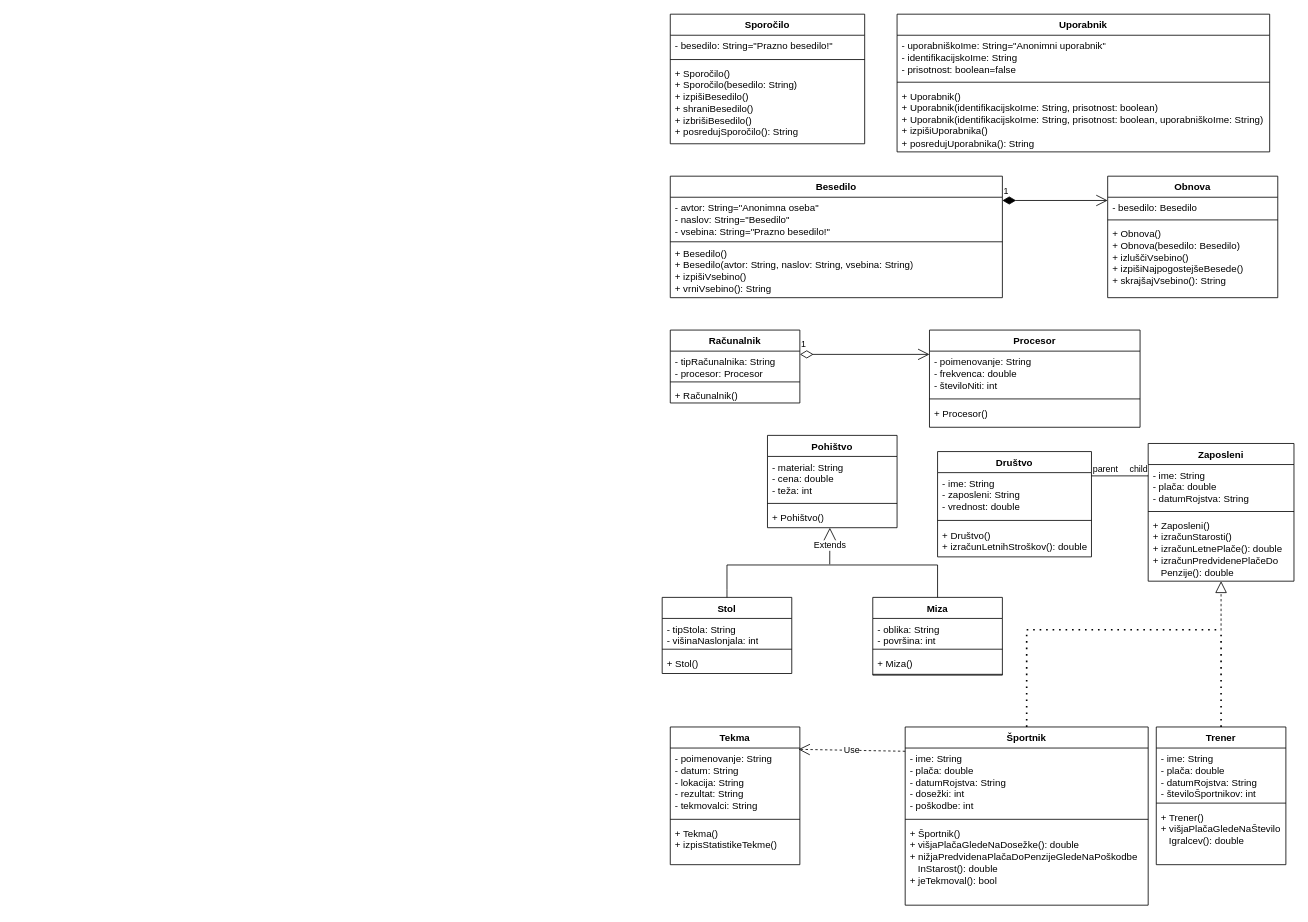
This is Untitled Diagram.drawio from AnzeStanonik/UML, a draw.io file, before an edit. Source tidied: cells renumbered, new cells numbered last; positions are measured from the earlier drawing's top-left corner, leaving out a move shared by most shapes. Both pictures are drawn from the tidied source at 81%, with x=0, y=0 at pixel (662, 14).
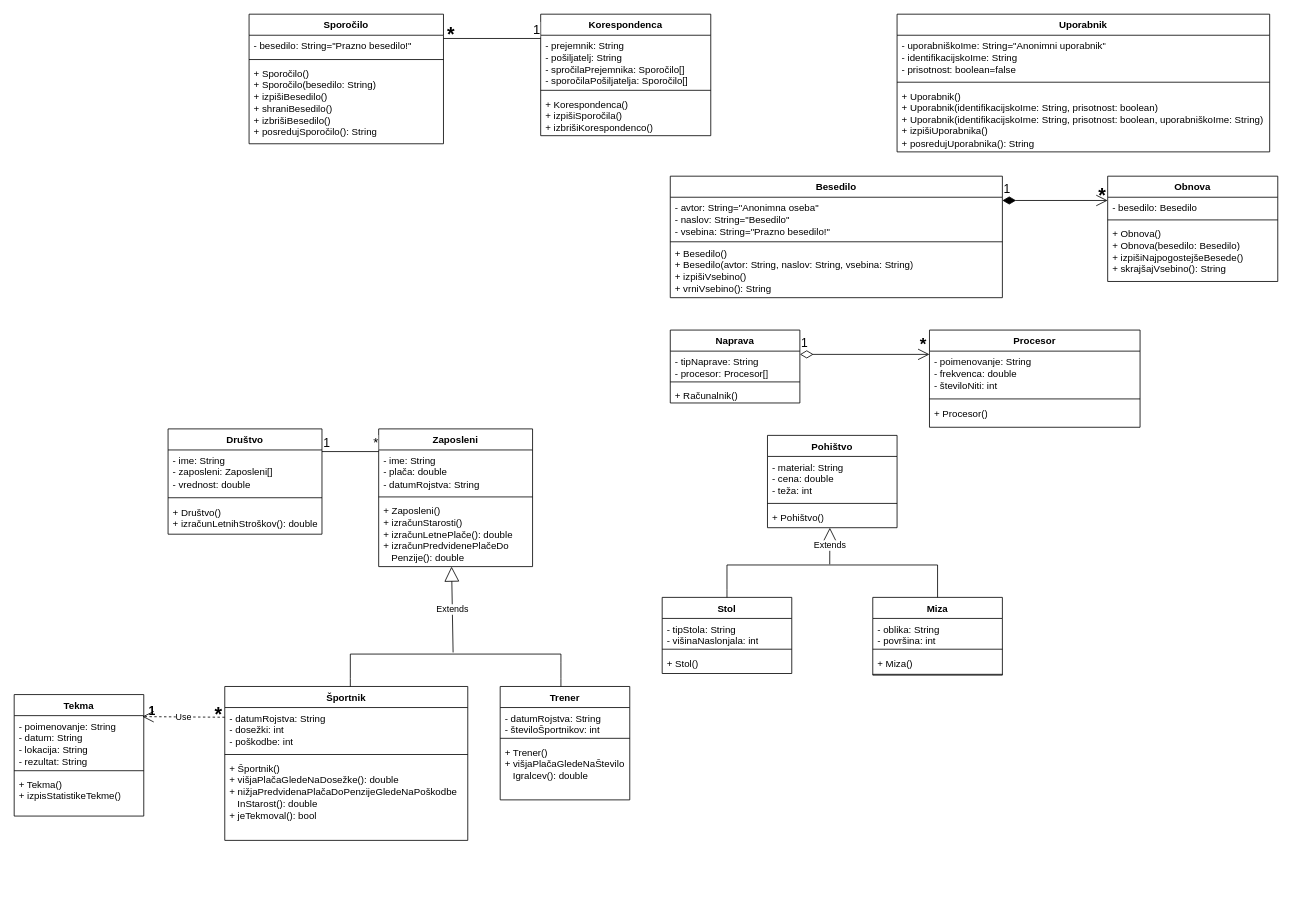
After the change.

What changed in the source:
```diff
@@
     <mxCell id="2" value="Sporočilo" style="swimlane;fontStyle=1;align=center;verticalAlign=top;horizontal=1;startSize=26;whiteSpace=wrap;html=1;" parent="1" vertex="1">
-      <mxGeometry x="10" width="240" height="160" as="geometry" />
+      <mxGeometry x="-510" width="240" height="160" as="geometry" />
     </mxCell>
@@
     <mxCell id="14" value="Obnova" style="swimlane;fontStyle=1;align=center;verticalAlign=top;horizontal=1;startSize=26;whiteSpace=wrap;html=1;" parent="1" vertex="1">
-      <mxGeometry x="550" y="200" width="210" height="150" as="geometry" />
+      <mxGeometry x="550" y="200" width="210" height="130" as="geometry" />
     </mxCell>
@@
-    <mxCell id="17" value="+ Obnova()&lt;br&gt;+ Obnova(besedilo: Besedilo)&lt;br&gt;+ izluščiVsebino()&lt;br&gt;+ izpišiNajpogostejšeBesede()&lt;br&gt;+ skrajšajVsebino(): String" style="text;strokeColor=none;fillColor=none;align=left;verticalAlign=top;spacingLeft=4;spacingRight=4;overflow=hidden;whiteSpace=wrap;html=1;" parent="14" vertex="1">
-      <mxGeometry y="58" width="210" height="92" as="geometry" />
+    <mxCell id="17" value="+ Obnova()&lt;br&gt;+ Obnova(besedilo: Besedilo)&lt;br&gt;+ izpišiNajpogostejšeBesede()&lt;br&gt;+ skrajšajVsebino(): String" style="text;strokeColor=none;fillColor=none;align=left;verticalAlign=top;spacingLeft=4;spacingRight=4;overflow=hidden;whiteSpace=wrap;html=1;" parent="14" vertex="1">
+      <mxGeometry y="58" width="210" height="72" as="geometry" />
     </mxCell>
-    <mxCell id="18" value="1" style="endArrow=open;html=1;endSize=12;startArrow=diamondThin;startSize=14;startFill=1;edgeStyle=orthogonalEdgeStyle;align=left;verticalAlign=bottom;rounded=0;" parent="1" edge="1">
+    <mxCell id="18" value="&lt;font style=&quot;font-size: 15px;&quot;&gt;1&lt;/font&gt;" style="endArrow=open;html=1;endSize=12;startArrow=diamondThin;startSize=14;startFill=1;edgeStyle=orthogonalEdgeStyle;align=left;verticalAlign=bottom;rounded=0;" parent="1" edge="1">
       <mxGeometry x="-1" y="3" relative="1" as="geometry">
         <mxPoint x="420" y="230" as="sourcePoint" />
         <mxPoint x="550" y="230" as="targetPoint" />
       </mxGeometry>
     </mxCell>
-    <mxCell id="19" value="Računalnik" style="swimlane;fontStyle=1;align=center;verticalAlign=top;horizontal=1;startSize=26;whiteSpace=wrap;html=1;" parent="1" vertex="1">
+    <mxCell id="19" value="Naprava" style="swimlane;fontStyle=1;align=center;verticalAlign=top;horizontal=1;startSize=26;whiteSpace=wrap;html=1;" parent="1" vertex="1">
       <mxGeometry x="10" y="390" width="160" height="90" as="geometry" />
     </mxCell>
-    <mxCell id="20" value="- tipRačunalnika: String&lt;br&gt;- procesor: Procesor" style="text;strokeColor=none;fillColor=none;align=left;verticalAlign=top;spacingLeft=4;spacingRight=4;overflow=hidden;whiteSpace=wrap;html=1;" parent="19" vertex="1">
+    <mxCell id="20" value="- tipNaprave: String&lt;br&gt;- procesor: Procesor[]" style="text;strokeColor=none;fillColor=none;align=left;verticalAlign=top;spacingLeft=4;spacingRight=4;overflow=hidden;whiteSpace=wrap;html=1;" parent="19" vertex="1">
       <mxGeometry y="26" width="160" height="34" as="geometry" />
     </mxCell>
@@
-    <mxCell id="27" value="1" style="endArrow=open;html=1;endSize=12;startArrow=diamondThin;startSize=14;startFill=0;edgeStyle=orthogonalEdgeStyle;align=left;verticalAlign=bottom;rounded=0;" parent="1" edge="1">
+    <mxCell id="27" value="&lt;font style=&quot;font-size: 15px;&quot;&gt;1&lt;/font&gt;" style="endArrow=open;html=1;endSize=12;startArrow=diamondThin;startSize=14;startFill=0;edgeStyle=orthogonalEdgeStyle;align=left;verticalAlign=bottom;rounded=0;" parent="1" edge="1">
       <mxGeometry x="-1" y="3" relative="1" as="geometry">
         <mxPoint x="170" y="420" as="sourcePoint" />
         <mxPoint x="330" y="420" as="targetPoint" />
       </mxGeometry>
     </mxCell>
@@
     <mxCell id="43" value="Tekma" style="swimlane;fontStyle=1;align=center;verticalAlign=top;horizontal=1;startSize=26;whiteSpace=wrap;html=1;" parent="1" vertex="1">
-      <mxGeometry x="10" y="880" width="160" height="170" as="geometry" />
+      <mxGeometry x="-800" y="840" width="160" height="150" as="geometry" />
     </mxCell>
-    <mxCell id="44" value="- poimenovanje: String&lt;br&gt;- datum: String&lt;br&gt;- lokacija: String&lt;br&gt;- rezultat: String&lt;br&gt;- tekmovalci: String" style="text;strokeColor=none;fillColor=none;align=left;verticalAlign=top;spacingLeft=4;spacingRight=4;overflow=hidden;points=[[0,0.5],[1,0.5]];portConstraint=eastwest;whiteSpace=wrap;html=1;" parent="43" vertex="1">
-      <mxGeometry y="26" width="160" height="84" as="geometry" />
+    <mxCell id="44" value="- poimenovanje: String&lt;br&gt;- datum: String&lt;br&gt;- lokacija: String&lt;br&gt;- rezultat: String" style="text;strokeColor=none;fillColor=none;align=left;verticalAlign=top;spacingLeft=4;spacingRight=4;overflow=hidden;points=[[0,0.5],[1,0.5]];portConstraint=eastwest;whiteSpace=wrap;html=1;" parent="43" vertex="1">
+      <mxGeometry y="26" width="160" height="64" as="geometry" />
     </mxCell>
     <mxCell id="45" style="line;strokeWidth=1;fillColor=none;align=left;verticalAlign=middle;spacingTop=-1;spacingLeft=3;spacingRight=3;labelPosition=right;strokeColor=inherit;" parent="43" vertex="1">
-      <mxGeometry y="110" width="160" height="8" as="geometry" />
+      <mxGeometry y="90" width="160" height="8" as="geometry" />
     </mxCell>
     <mxCell id="46" value="+ Tekma()&lt;br&gt;+ izpisStatistikeTekme()" style="text;strokeColor=none;fillColor=none;align=left;verticalAlign=top;spacingLeft=4;spacingRight=4;overflow=hidden;whiteSpace=wrap;html=1;" parent="43" vertex="1">
-      <mxGeometry y="118" width="160" height="52" as="geometry" />
+      <mxGeometry y="98" width="160" height="52" as="geometry" />
     </mxCell>
     <mxCell id="47" value="Trener" style="swimlane;fontStyle=1;align=center;verticalAlign=top;horizontal=1;startSize=26;whiteSpace=wrap;html=1;" parent="1" vertex="1">
-      <mxGeometry x="610" y="880" width="160" height="170" as="geometry" />
+      <mxGeometry x="-200" y="830" width="160" height="140" as="geometry" />
     </mxCell>
-    <mxCell id="48" value="- ime: String&lt;br style=&quot;border-color: var(--border-color);&quot;&gt;- plača: double&lt;br style=&quot;border-color: var(--border-color);&quot;&gt;- datumRojstva: String&lt;br&gt;- številoŠportnikov: int" style="text;strokeColor=none;fillColor=none;align=left;verticalAlign=top;spacingLeft=4;spacingRight=4;overflow=hidden;whiteSpace=wrap;html=1;" parent="47" vertex="1">
-      <mxGeometry y="26" width="160" height="64" as="geometry" />
+    <mxCell id="48" value="- datumRojstva: String&lt;br&gt;- številoŠportnikov: int" style="text;strokeColor=none;fillColor=none;align=left;verticalAlign=top;spacingLeft=4;spacingRight=4;overflow=hidden;whiteSpace=wrap;html=1;" parent="47" vertex="1">
+      <mxGeometry y="26" width="160" height="34" as="geometry" />
     </mxCell>
     <mxCell id="49" style="line;strokeWidth=1;fillColor=none;align=left;verticalAlign=middle;spacingTop=-1;spacingLeft=3;spacingRight=3;labelPosition=right;strokeColor=inherit;" parent="47" vertex="1">
-      <mxGeometry y="90" width="160" height="8" as="geometry" />
+      <mxGeometry y="60" width="160" height="8" as="geometry" />
     </mxCell>
     <mxCell id="50" value="+ Trener()&lt;br&gt;+ višjaPlačaGledeNaŠtevilo&lt;br&gt;&amp;nbsp; &amp;nbsp;Igralcev(): double" style="text;strokeColor=none;fillColor=none;align=left;verticalAlign=top;spacingLeft=4;spacingRight=4;overflow=hidden;whiteSpace=wrap;html=1;" parent="47" vertex="1">
-      <mxGeometry y="98" width="160" height="72" as="geometry" />
+      <mxGeometry y="68" width="160" height="72" as="geometry" />
     </mxCell>
     <mxCell id="51" value="Društvo" style="swimlane;fontStyle=1;align=center;verticalAlign=top;horizontal=1;startSize=26;whiteSpace=wrap;html=1;" parent="1" vertex="1">
-      <mxGeometry x="340" y="540" width="190" height="130" as="geometry" />
+      <mxGeometry x="-610" y="512" width="190" height="130" as="geometry" />
     </mxCell>
-    <mxCell id="52" value="- ime: String&lt;br&gt;- zaposleni: String&lt;br&gt;- vrednost: double" style="text;strokeColor=none;fillColor=none;align=left;verticalAlign=top;spacingLeft=4;spacingRight=4;overflow=hidden;whiteSpace=wrap;html=1;" parent="51" vertex="1">
+    <mxCell id="52" value="- ime: String&lt;br&gt;- zaposleni: Zaposleni[]&lt;br&gt;- vrednost: double" style="text;strokeColor=none;fillColor=none;align=left;verticalAlign=top;spacingLeft=4;spacingRight=4;overflow=hidden;whiteSpace=wrap;html=1;" parent="51" vertex="1">
       <mxGeometry y="26" width="190" height="54" as="geometry" />
     </mxCell>
@@
     <mxCell id="55" value="Športnik" style="swimlane;fontStyle=1;align=center;verticalAlign=top;horizontal=1;startSize=26;whiteSpace=wrap;html=1;" parent="1" vertex="1">
-      <mxGeometry x="300" y="880" width="300" height="220" as="geometry" />
+      <mxGeometry x="-540" y="830" width="300" height="190" as="geometry" />
     </mxCell>
-    <mxCell id="56" value="- ime: String&lt;br style=&quot;border-color: var(--border-color);&quot;&gt;- plača: double&lt;br style=&quot;border-color: var(--border-color);&quot;&gt;- datumRojstva: String&lt;br&gt;- dosežki: int&lt;br&gt;- poškodbe: int" style="text;strokeColor=none;fillColor=none;align=left;verticalAlign=top;spacingLeft=4;spacingRight=4;overflow=hidden;points=[[0,0.5],[1,0.5]];portConstraint=eastwest;whiteSpace=wrap;html=1;" parent="55" vertex="1">
-      <mxGeometry y="26" width="300" height="84" as="geometry" />
+    <mxCell id="56" value="- datumRojstva: String&lt;br&gt;- dosežki: int&lt;br&gt;- poškodbe: int" style="text;strokeColor=none;fillColor=none;align=left;verticalAlign=top;spacingLeft=4;spacingRight=4;overflow=hidden;points=[[0,0.5],[1,0.5]];portConstraint=eastwest;whiteSpace=wrap;html=1;" parent="55" vertex="1">
+      <mxGeometry y="26" width="300" height="54" as="geometry" />
     </mxCell>
     <mxCell id="57" style="line;strokeWidth=1;fillColor=none;align=left;verticalAlign=middle;spacingTop=-1;spacingLeft=3;spacingRight=3;labelPosition=right;strokeColor=inherit;" parent="55" vertex="1">
-      <mxGeometry y="110" width="300" height="8" as="geometry" />
+      <mxGeometry y="80" width="300" height="8" as="geometry" />
     </mxCell>
     <mxCell id="58" value="+ Športnik()&lt;br&gt;+ višjaPlačaGledeNaDosežke(): double&lt;br&gt;+ nižjaPredvidenaPlačaDoPenzijeGledeNaPoškodbe&lt;br&gt;&amp;nbsp; &amp;nbsp;InStarost(): double&lt;br&gt;+ jeTekmoval(): bool" style="text;strokeColor=none;fillColor=none;align=left;verticalAlign=top;spacingLeft=4;spacingRight=4;overflow=hidden;whiteSpace=wrap;html=1;" parent="55" vertex="1">
-      <mxGeometry y="118" width="300" height="102" as="geometry" />
+      <mxGeometry y="88" width="300" height="102" as="geometry" />
     </mxCell>
     <mxCell id="59" value="Zaposleni" style="swimlane;fontStyle=1;align=center;verticalAlign=top;horizontal=1;startSize=26;whiteSpace=wrap;html=1;" parent="1" vertex="1">
-      <mxGeometry x="600" y="530" width="180" height="170" as="geometry" />
+      <mxGeometry x="-350" y="512" width="190" height="170" as="geometry" />
     </mxCell>
     <mxCell id="60" value="- ime: String&lt;br&gt;- plača: double&lt;br&gt;- datumRojstva: String" style="text;strokeColor=none;fillColor=none;align=left;verticalAlign=top;spacingLeft=4;spacingRight=4;overflow=hidden;whiteSpace=wrap;html=1;" parent="59" vertex="1">
-      <mxGeometry y="26" width="180" height="54" as="geometry" />
+      <mxGeometry y="26" width="190" height="54" as="geometry" />
     </mxCell>
     <mxCell id="61" style="line;strokeWidth=1;fillColor=none;align=left;verticalAlign=middle;spacingTop=-1;spacingLeft=3;spacingRight=3;labelPosition=right;strokeColor=inherit;" parent="59" vertex="1">
-      <mxGeometry y="80" width="180" height="8" as="geometry" />
+      <mxGeometry y="80" width="190" height="8" as="geometry" />
     </mxCell>
     <mxCell id="62" value="+ Zaposleni()&lt;br&gt;+ izračunStarosti()&lt;br&gt;+ izračunLetnePlače(): double&lt;br&gt;+ izračunPredvidenePlačeDo&lt;br&gt;&amp;nbsp; &amp;nbsp;Penzije(): double" style="text;strokeColor=none;fillColor=none;align=left;verticalAlign=top;spacingLeft=4;spacingRight=4;overflow=hidden;points=[[0,0.5],[1,0.5]];portConstraint=eastwest;whiteSpace=wrap;html=1;" parent="59" vertex="1">
-      <mxGeometry y="88" width="180" height="82" as="geometry" />
+      <mxGeometry y="88" width="190" height="82" as="geometry" />
     </mxCell>
-    <mxCell id="63" style="endArrow=block;dashed=1;endFill=0;endSize=12;html=1;rounded=0;" parent="1" edge="1" target="62">
-      <mxGeometry relative="1" as="geometry">
-        <mxPoint x="690" y="761" as="sourcePoint" />
-      </mxGeometry>
-    </mxCell>
-    <mxCell id="64" style="endArrow=none;dashed=1;html=1;dashPattern=1 3;strokeWidth=2;rounded=0;exitX=0.5;exitY=0;exitDx=0;exitDy=0;" parent="1" edge="1" source="55">
-      <mxGeometry relative="1" as="geometry">
-        <mxPoint x="690" y="760" as="targetPoint" />
-        <Array as="points">
-          <mxPoint x="450" y="760" />
-        </Array>
-      </mxGeometry>
-    </mxCell>
-    <mxCell id="65" style="endArrow=none;dashed=1;html=1;dashPattern=1 3;strokeWidth=2;rounded=0;exitX=0.5;exitY=0;exitDx=0;exitDy=0;" parent="1" edge="1" source="47">
-      <mxGeometry relative="1" as="geometry">
-        <mxPoint x="690" y="760" as="targetPoint" />
-      </mxGeometry>
-    </mxCell>
@@
-    <mxCell id="68" value="Use" style="endArrow=open;endSize=12;dashed=1;html=1;rounded=0;entryX=0.989;entryY=0.019;entryDx=0;entryDy=0;entryPerimeter=0;" parent="1" edge="1" target="44">
-      <mxGeometry relative="1" as="geometry">
-        <mxPoint x="300" y="910" as="sourcePoint" />
-      </mxGeometry>
+    <mxCell id="68" value="Use" style="endArrow=open;endSize=12;dashed=1;html=1;rounded=0;entryX=0.989;entryY=0.019;entryDx=0;entryDy=0;entryPerimeter=0;exitX=0;exitY=0.222;exitDx=0;exitDy=0;exitPerimeter=0;" parent="1" edge="1" source="56" target="44">
+      <mxGeometry relative="1" as="geometry" />
     </mxCell>
     <mxCell id="69" style="endArrow=none;html=1;edgeStyle=orthogonalEdgeStyle;rounded=0;" parent="1" edge="1">
       <mxGeometry relative="1" as="geometry">
-        <mxPoint x="530" y="570" as="sourcePoint" />
-        <mxPoint x="600" y="570" as="targetPoint" />
+        <mxPoint x="-420" y="540" as="sourcePoint" />
+        <mxPoint x="-350" y="540" as="targetPoint" />
       </mxGeometry>
     </mxCell>
-    <mxCell id="70" value="parent" style="edgeLabel;html=1;align=left;verticalAlign=bottom;" parent="69" vertex="1">
+    <mxCell id="70" value="1" style="edgeLabel;html=1;align=left;verticalAlign=bottom;fontSize=15;" parent="69" vertex="1">
       <mxGeometry x="-1" relative="1" as="geometry" />
     </mxCell>
-    <mxCell id="71" value="child" style="edgeLabel;html=1;align=right;verticalAlign=bottom;" parent="69" vertex="1">
+    <mxCell id="71" value="*" style="edgeLabel;html=1;align=right;verticalAlign=bottom;fontSize=16;" parent="69" vertex="1">
       <mxGeometry x="1" relative="1" as="geometry" />
     </mxCell>
+    <mxCell id="72" value="Korespondenca" style="swimlane;fontStyle=1;align=center;verticalAlign=top;horizontal=1;startSize=26;whiteSpace=wrap;html=1;" parent="1" vertex="1">
+      <mxGeometry x="-150" width="210" height="150" as="geometry" />
+    </mxCell>
+    <mxCell id="73" value="- prejemnik: String&lt;br&gt;- pošiljatelj: String&lt;br&gt;- spročilaPrejemnika: Sporočilo[]&lt;br&gt;- sporočilaPošiljatelja: Sporočilo[]" style="text;strokeColor=none;fillColor=none;align=left;verticalAlign=top;spacingLeft=4;spacingRight=4;overflow=hidden;whiteSpace=wrap;html=1;" parent="72" vertex="1">
+      <mxGeometry y="26" width="210" height="64" as="geometry" />
+    </mxCell>
+    <mxCell id="74" style="line;strokeWidth=1;fillColor=none;align=left;verticalAlign=middle;spacingTop=-1;spacingLeft=3;spacingRight=3;labelPosition=right;strokeColor=inherit;" parent="72" vertex="1">
+      <mxGeometry y="90" width="210" height="8" as="geometry" />
+    </mxCell>
+    <mxCell id="75" value="+ Korespondenca()&lt;br&gt;+ izpišiSporočila()&lt;br&gt;+ izbrišiKorespondenco()" style="text;strokeColor=none;fillColor=none;align=left;verticalAlign=top;spacingLeft=4;spacingRight=4;overflow=hidden;whiteSpace=wrap;html=1;" parent="72" vertex="1">
+      <mxGeometry y="98" width="210" height="52" as="geometry" />
+    </mxCell>
+    <mxCell id="76" value="*" style="text;strokeColor=none;fillColor=none;html=1;fontSize=24;fontStyle=1;verticalAlign=middle;align=center;" parent="1" vertex="1">
+      <mxGeometry x="523" y="219" width="40" height="10" as="geometry" />
+    </mxCell>
+    <mxCell id="77" value="*" style="text;strokeColor=none;fillColor=none;html=1;fontSize=24;fontStyle=1;verticalAlign=middle;align=center;" parent="1" vertex="1">
+      <mxGeometry x="-296" y="15" width="70" height="20" as="geometry" />
+    </mxCell>
+    <mxCell id="78" value="&lt;font style=&quot;font-size: 21px;&quot;&gt;*&lt;/font&gt;" style="text;strokeColor=none;fillColor=none;html=1;fontSize=21;fontStyle=1;verticalAlign=middle;align=center;" parent="1" vertex="1">
+      <mxGeometry x="282" y="397" width="80" height="20" as="geometry" />
+    </mxCell>
+    <mxCell id="79" value="Extends" style="endArrow=block;endSize=16;endFill=0;html=1;rounded=0;entryX=0.511;entryY=1.037;entryDx=0;entryDy=0;entryPerimeter=0;exitX=0.488;exitY=0.45;exitDx=0;exitDy=0;exitPerimeter=0;" parent="1" edge="1" source="80">
+      <mxGeometry relative="1" as="geometry">
+        <mxPoint x="-260" y="682" as="targetPoint" />
+      </mxGeometry>
+    </mxCell>
+    <mxCell id="80" style="line;strokeWidth=1;fillColor=none;align=left;verticalAlign=middle;spacingTop=-1;spacingLeft=3;spacingRight=3;labelPosition=right;points=[];portConstraint=eastwest;strokeColor=inherit;" parent="1" vertex="1">
+      <mxGeometry x="-385" y="770" width="260" height="40" as="geometry" />
+    </mxCell>
+    <mxCell id="81" style="endArrow=none;html=1;rounded=0;" parent="1" edge="1">
+      <mxGeometry relative="1" as="geometry">
+        <mxPoint x="-125" y="830" as="sourcePoint" />
+        <mxPoint x="-125" y="790" as="targetPoint" />
+        <Array as="points">
+          <mxPoint x="-125" y="820" />
+          <mxPoint x="-125" y="800" />
+        </Array>
+      </mxGeometry>
+    </mxCell>
+    <mxCell id="82" style="endArrow=none;html=1;rounded=0;" parent="1" edge="1">
+      <mxGeometry relative="1" as="geometry">
+        <mxPoint x="-385" y="830" as="sourcePoint" />
+        <mxPoint x="-385" y="790" as="targetPoint" />
+        <Array as="points">
+          <mxPoint x="-385" y="820" />
+        </Array>
+      </mxGeometry>
+    </mxCell>
+    <mxCell id="83" value="1" style="text;strokeColor=none;fillColor=none;html=1;fontSize=15;fontStyle=1;verticalAlign=middle;align=center;" parent="1" vertex="1">
+      <mxGeometry x="-680" y="840" width="100" height="40" as="geometry" />
+    </mxCell>
+    <mxCell id="84" value="*" style="text;strokeColor=none;fillColor=none;html=1;fontSize=24;fontStyle=1;verticalAlign=middle;align=center;" parent="1" vertex="1">
+      <mxGeometry x="-598" y="845" width="100" height="40" as="geometry" />
+    </mxCell>
+    <mxCell id="85" style="endArrow=none;html=1;edgeStyle=orthogonalEdgeStyle;rounded=0;" parent="1" edge="1">
+      <mxGeometry relative="1" as="geometry">
+        <mxPoint x="-270" y="30" as="sourcePoint" />
+        <mxPoint x="-150" y="30" as="targetPoint" />
+      </mxGeometry>
+    </mxCell>
+    <mxCell id="86" value="1" style="edgeLabel;html=1;align=right;verticalAlign=bottom;fontSize=16;" parent="85" vertex="1">
+      <mxGeometry x="1" relative="1" as="geometry" />
+    </mxCell>
```
